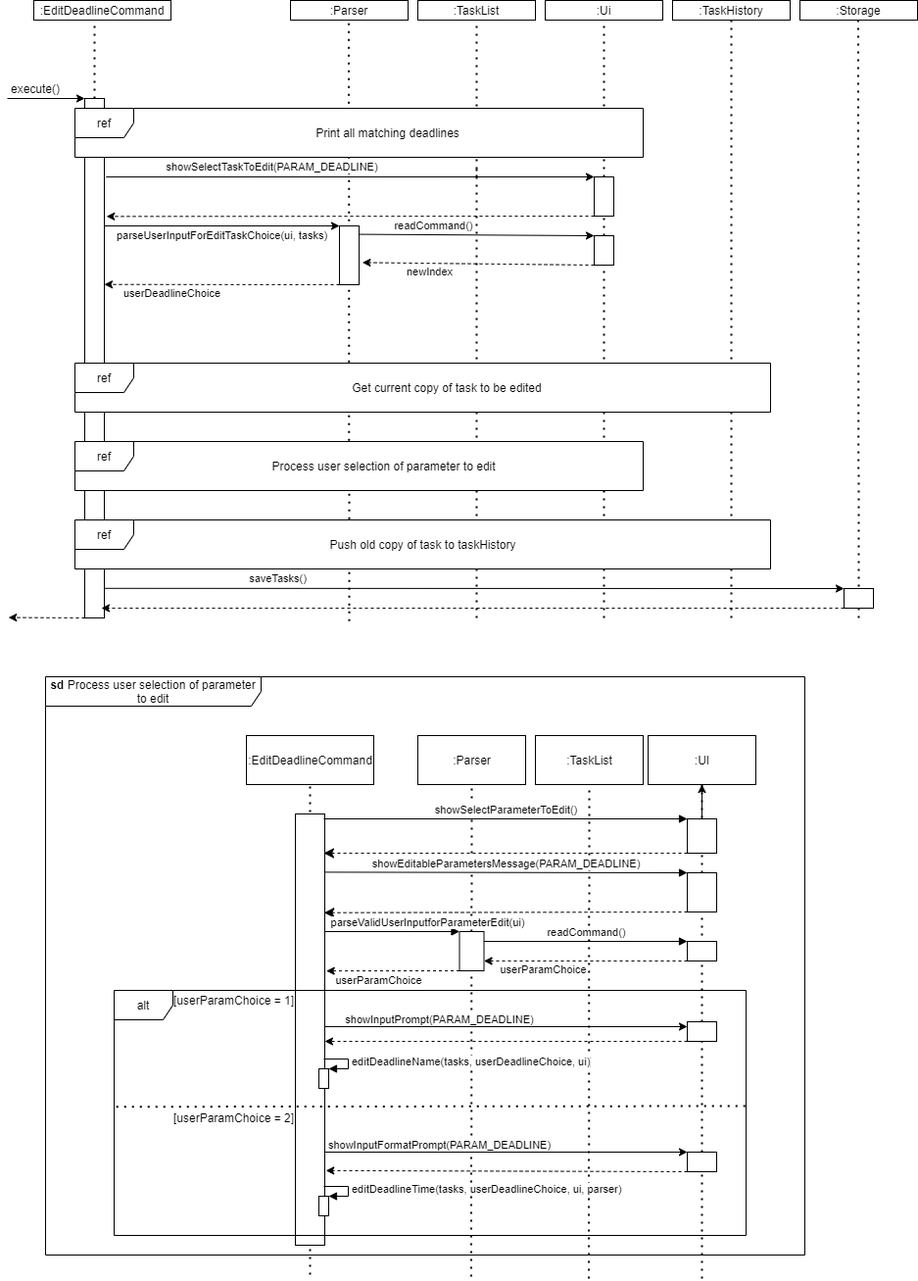
This is docs/images/DeveloperGuide/Figure 4.2-1.png from skyaxe97/tp, a draw.io export, as it was before one commit. Source tidied: cells renumbered, new cells last; positions are measured from the earlier drawing's top-left corner, leaving out a move shared by most shapes.
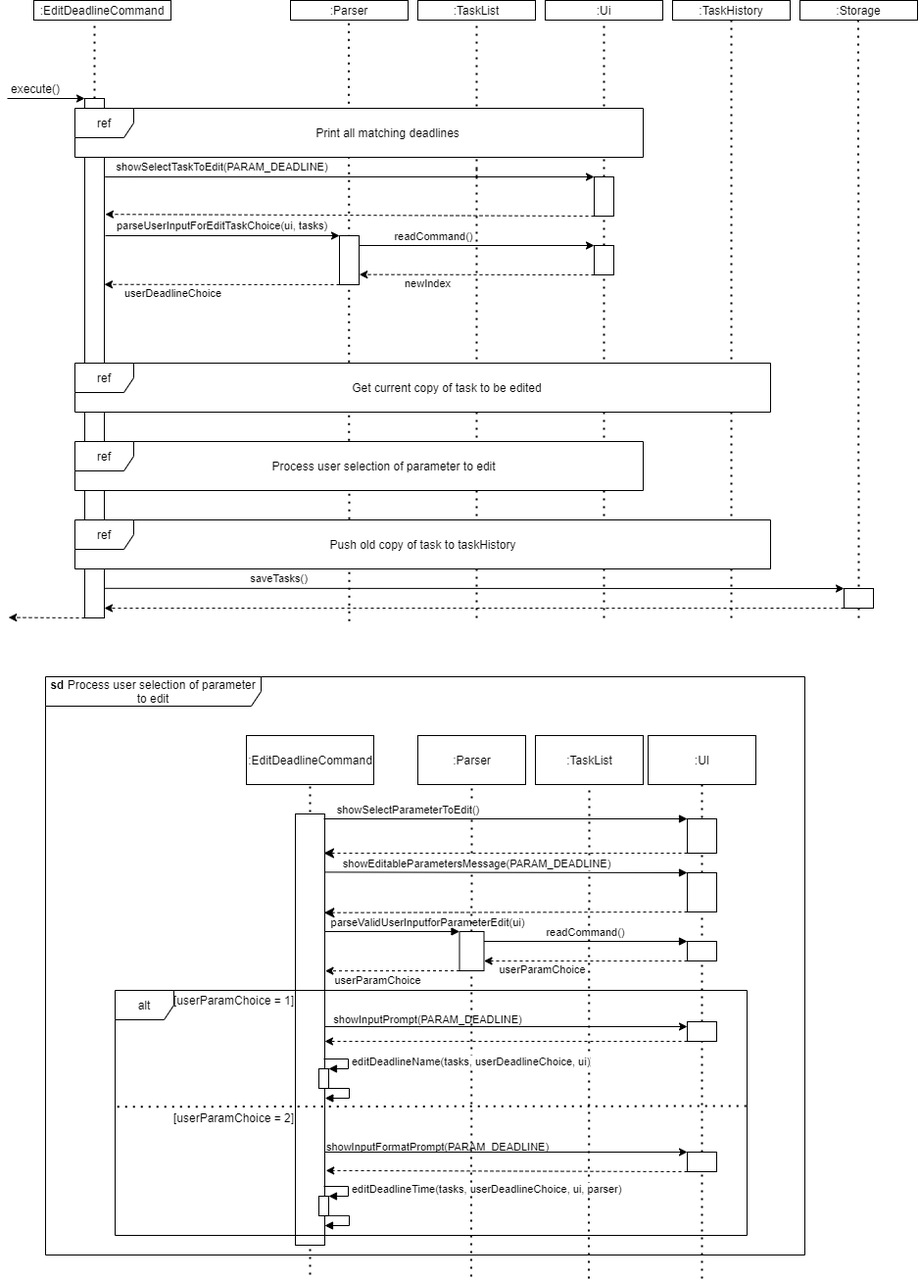
After the change.

Diff of the diagram source:
```diff
@@ -2,6 +2,9 @@
   <root>
     <mxCell id="0" />
     <mxCell id="1" parent="0" />
+    <mxCell id="45" value="&lt;b&gt;sd &lt;/b&gt;Process user selection of parameter to edit" style="shape=umlFrame;whiteSpace=wrap;html=1;comic=0;fillColor=#FFFFFF;width=220;height=30;" parent="1" vertex="1">
+      <mxGeometry x="39" y="690" width="775" height="590" as="geometry" />
+    </mxCell>
     <mxCell id="2" style="endArrow=none;dashed=1;html=1;dashPattern=1 3;strokeWidth=2;entryX=0.5;entryY=1;entryDx=0;entryDy=0;" parent="1" edge="1">
       <mxGeometry relative="1" as="geometry">
         <mxPoint x="473.5" y="1302" as="sourcePoint" />
@@ -99,21 +102,21 @@
       <mxGeometry relative="1" as="geometry" />
     </mxCell>
     <mxCell id="26" style="rounded=0;whiteSpace=wrap;html=1;" parent="1" vertex="1">
-      <mxGeometry x="599" y="240" width="20" height="30" as="geometry" />
+      <mxGeometry x="599" y="250" width="20" height="30" as="geometry" />
     </mxCell>
-    <mxCell id="27" value="showSelectTaskToEdit(PARAM_DEADLINE)" style="endArrow=classic;html=1;entryX=0;entryY=0;entryDx=0;entryDy=0;exitX=1.09;exitY=0.151;exitDx=0;exitDy=0;exitPerimeter=0;" parent="1" edge="1" source="5" target="24">
-      <mxGeometry x="-0.32" y="10" relative="1" as="geometry" />
+    <mxCell id="27" value="showSelectTaskToEdit(PARAM_DEADLINE)" style="endArrow=classic;html=1;entryX=0;entryY=0;entryDx=0;entryDy=0;exitX=1.033;exitY=0.151;exitDx=0;exitDy=0;exitPerimeter=0;" parent="1" edge="1" source="5" target="24">
+      <mxGeometry x="-0.52" y="10" relative="1" as="geometry" />
     </mxCell>
-    <mxCell id="28" style="endArrow=classic;html=1;exitX=0;exitY=1;exitDx=0;exitDy=0;dashed=1;entryX=1.11;entryY=0.227;entryDx=0;entryDy=0;entryPerimeter=0;" parent="1" edge="1" source="24" target="5">
+    <mxCell id="28" style="endArrow=classic;html=1;exitX=0;exitY=1;exitDx=0;exitDy=0;dashed=1;entryX=1.047;entryY=0.223;entryDx=0;entryDy=0;entryPerimeter=0;" parent="1" edge="1" source="24" target="5">
       <mxGeometry y="10" relative="1" as="geometry" />
     </mxCell>
-    <mxCell id="29" value="newIndex" style="endArrow=classic;html=1;dashed=1;entryX=1.17;entryY=0.623;entryDx=0;entryDy=0;entryPerimeter=0;" parent="1" edge="1" target="77">
-      <mxGeometry x="0.42" y="9" relative="1" as="geometry">
-        <mxPoint x="599" y="270" as="sourcePoint" />
-      </mxGeometry>
+    <mxCell id="29" value="newIndex" style="endArrow=classic;html=1;dashed=1;exitX=0;exitY=1;exitDx=0;exitDy=0;entryX=1.014;entryY=0.793;entryDx=0;entryDy=0;entryPerimeter=0;" parent="1" edge="1" source="26" target="77">
+      <mxGeometry x="0.42" y="9" relative="1" as="geometry" />
     </mxCell>
-    <mxCell id="30" value="readCommand()" style="endArrow=classic;html=1;entryX=0;entryY=0;entryDx=0;entryDy=0;exitX=1.01;exitY=0.143;exitDx=0;exitDy=0;exitPerimeter=0;" parent="1" edge="1" source="77" target="26">
-      <mxGeometry x="-0.37" y="9" relative="1" as="geometry" />
+    <mxCell id="30" value="readCommand()" style="endArrow=classic;html=1;entryX=0;entryY=0;entryDx=0;entryDy=0;" parent="1" edge="1" target="26">
+      <mxGeometry x="-0.37" y="9" relative="1" as="geometry">
+        <mxPoint x="359" y="250" as="sourcePoint" />
+      </mxGeometry>
     </mxCell>
     <mxCell id="31" style="endArrow=none;dashed=1;html=1;dashPattern=1 3;strokeWidth=2;entryX=0.5;entryY=1;entryDx=0;entryDy=0;" parent="1" edge="1">
       <mxGeometry relative="1" as="geometry">
@@ -156,7 +159,7 @@
     </mxCell>
     <mxCell id="43" style="endArrow=classic;html=1;dashed=1;exitX=0;exitY=1;exitDx=0;exitDy=0;" parent="1" edge="1" source="41">
       <mxGeometry x="0.42" y="9" relative="1" as="geometry">
-        <mxPoint x="96" y="620" as="targetPoint" />
+        <mxPoint x="99" y="620" as="targetPoint" />
       </mxGeometry>
     </mxCell>
     <mxCell id="44" style="endArrow=classic;html=1;dashed=1;exitX=0;exitY=1;exitDx=0;exitDy=0;entryX=1.11;entryY=0.982;entryDx=0;entryDy=0;entryPerimeter=0;" parent="1" edge="1" source="5">
@@ -164,9 +167,6 @@
         <mxPoint x="1.2" y="629.6" as="targetPoint" />
       </mxGeometry>
     </mxCell>
-    <mxCell id="45" value="&lt;b&gt;sd &lt;/b&gt;Process user selection of parameter to edit" style="shape=umlFrame;whiteSpace=wrap;html=1;comic=0;fillColor=#FFFFFF;width=220;height=30;" parent="1" vertex="1">
-      <mxGeometry x="39" y="690" width="775" height="590" as="geometry" />
-    </mxCell>
     <mxCell id="46" value=":TaskList" style="html=1;" parent="1" vertex="1">
       <mxGeometry x="539" y="750" width="110" height="50" as="geometry" />
     </mxCell>
@@ -184,9 +184,6 @@
     <mxCell id="50" style="rounded=0;whiteSpace=wrap;html=1;comic=0;fillColor=#FFFFFF;" parent="1" vertex="1">
       <mxGeometry x="294" y="830" width="30" height="440" as="geometry" />
     </mxCell>
-    <mxCell id="51" style="edgeStyle=orthogonalEdgeStyle;rounded=0;jettySize=auto;html=1;" parent="1" edge="1" source="52" target="47">
-      <mxGeometry relative="1" as="geometry" />
-    </mxCell>
     <mxCell id="52" style="rounded=0;whiteSpace=wrap;html=1;" parent="1" vertex="1">
       <mxGeometry x="694" y="835" width="30" height="35" as="geometry" />
     </mxCell>
@@ -196,9 +193,6 @@
     <mxCell id="54" style="rounded=0;whiteSpace=wrap;html=1;" parent="1" vertex="1">
       <mxGeometry x="694" y="960" width="30" height="20" as="geometry" />
     </mxCell>
-    <mxCell id="55" value="alt" style="shape=umlFrame;whiteSpace=wrap;html=1;" parent="1" vertex="1">
-      <mxGeometry x="109" y="1010" width="645" height="250" as="geometry" />
-    </mxCell>
     <mxCell id="56" value="[userParamChoice = 1]" style="text;html=1;strokeColor=none;fillColor=none;align=center;verticalAlign=middle;whiteSpace=wrap;rounded=0;comic=0;" parent="1" vertex="1">
       <mxGeometry x="167" y="1010" width="129" height="20" as="geometry" />
     </mxCell>
@@ -208,23 +202,18 @@
     <mxCell id="58" value="[userParamChoice = 2]" style="text;html=1;strokeColor=none;fillColor=none;align=center;verticalAlign=middle;whiteSpace=wrap;rounded=0;comic=0;" parent="1" vertex="1">
       <mxGeometry x="167" y="1130" width="129" height="20" as="geometry" />
     </mxCell>
-    <mxCell id="59" value="showInputPrompt(PARAM_DEADLINE)" style="endArrow=classic;html=1;entryX=0;entryY=0.25;entryDx=0;entryDy=0;exitX=0.189;exitY=0.239;exitDx=0;exitDy=0;exitPerimeter=0;" parent="1" edge="1" target="67">
-      <mxGeometry x="-0.37" y="7" relative="1" as="geometry">
+    <mxCell id="59" value="showInputPrompt(PARAM_DEADLINE)" style="endArrow=classic;html=1;entryX=0;entryY=0.25;entryDx=0;entryDy=0;exitX=0.189;exitY=0.239;exitDx=0;exitDy=0;exitPerimeter=0;labelBackgroundColor=none;" parent="1" edge="1" target="67">
+      <mxGeometry x="-0.43" y="7" relative="1" as="geometry">
         <mxPoint x="324.2" y="1047" as="sourcePoint" />
       </mxGeometry>
     </mxCell>
-    <mxCell id="60" value="showInputFormatPrompt(PARAM_DEADLINE)" style="endArrow=classic;html=1;entryX=0;entryY=0;entryDx=0;entryDy=0;exitX=0.189;exitY=0.239;exitDx=0;exitDy=0;exitPerimeter=0;" parent="1" edge="1" target="69">
-      <mxGeometry x="-0.37" y="7" relative="1" as="geometry">
-        <mxPoint x="324" y="1175" as="sourcePoint" />
-      </mxGeometry>
-    </mxCell>
     <mxCell id="61" style="endArrow=classic;html=1;dashed=1;exitX=0;exitY=1;exitDx=0;exitDy=0;" parent="1" edge="1" source="67">
       <mxGeometry x="0.42" y="9" relative="1" as="geometry">
         <mxPoint x="324" y="1062" as="targetPoint" />
       </mxGeometry>
     </mxCell>
     <mxCell id="62" value="showSelectParameterToEdit()" style="html=1;verticalAlign=bottom;endArrow=block;entryX=0;entryY=0;entryDx=0;entryDy=0;" parent="1" edge="1" target="52">
-      <mxGeometry relative="1" as="geometry">
+      <mxGeometry x="-0.54" relative="1" as="geometry">
         <mxPoint x="323" y="835" as="sourcePoint" />
       </mxGeometry>
     </mxCell>
@@ -240,7 +229,7 @@
       <mxGeometry relative="1" as="geometry" />
     </mxCell>
     <mxCell id="66" value="showEditableParametersMessage(PARAM_DEADLINE)" style="html=1;verticalAlign=bottom;endArrow=block;exitX=0.997;exitY=0.135;exitDx=0;exitDy=0;exitPerimeter=0;entryX=0;entryY=0;entryDx=0;entryDy=0;" parent="1" edge="1" source="50" target="53">
-      <mxGeometry relative="1" as="geometry" />
+      <mxGeometry x="-0.16" relative="1" as="geometry" />
     </mxCell>
     <mxCell id="67" style="rounded=0;whiteSpace=wrap;html=1;" parent="1" vertex="1">
       <mxGeometry x="694" y="1042" width="30" height="20" as="geometry" />
@@ -289,11 +278,11 @@
       <mxGeometry x="289" width="120" height="20" as="geometry" />
     </mxCell>
     <mxCell id="77" style="rounded=0;whiteSpace=wrap;html=1;" parent="1" vertex="1">
-      <mxGeometry x="339" y="230" width="20" height="60" as="geometry" />
+      <mxGeometry x="339" y="240" width="20" height="50" as="geometry" />
     </mxCell>
     <mxCell id="78" value="parseUserInputForEditTaskChoice(ui, tasks)" style="endArrow=classic;html=1;entryX=0;entryY=0;entryDx=0;entryDy=0;" parent="1" edge="1" target="77">
-      <mxGeometry y="-10" relative="1" as="geometry">
-        <mxPoint x="99" y="230" as="sourcePoint" />
+      <mxGeometry y="10" relative="1" as="geometry">
+        <mxPoint x="100" y="240" as="sourcePoint" />
       </mxGeometry>
     </mxCell>
     <mxCell id="79" value="userDeadlineChoice" style="endArrow=classic;html=1;dashed=1;exitX=0;exitY=1;exitDx=0;exitDy=0;entryX=1;entryY=0.358;entryDx=0;entryDy=0;entryPerimeter=0;" parent="1" edge="1" source="77" target="5">
@@ -308,13 +297,41 @@
     <mxCell id="82" value="userParamChoice" style="endArrow=classic;html=1;dashed=1;exitX=0;exitY=1;exitDx=0;exitDy=0;entryX=1;entryY=0.75;entryDx=0;entryDy=0;" parent="1" edge="1" source="54" target="81">
       <mxGeometry x="0.42" y="9" relative="1" as="geometry" />
     </mxCell>
-    <mxCell id="83" value="parseValidUserInputforParameterEdit(ui)" style="html=1;verticalAlign=bottom;endArrow=block;entryX=0;entryY=0;entryDx=0;entryDy=0;exitX=1;exitY=0.25;exitDx=0;exitDy=0;" parent="1" edge="1" target="81">
+    <mxCell id="83" value="parseValidUserInputforParameterEdit(ui)" style="html=1;verticalAlign=bottom;endArrow=block;entryX=0;entryY=0;entryDx=0;entryDy=0;exitX=1;exitY=0.25;exitDx=0;exitDy=0;labelBackgroundColor=none;" parent="1" edge="1" target="81">
       <mxGeometry x="0.53" relative="1" as="geometry">
         <mxPoint x="324" y="950" as="sourcePoint" />
       </mxGeometry>
     </mxCell>
-    <mxCell id="84" value="userParamChoice" style="endArrow=classic;html=1;dashed=1;exitX=0;exitY=1;exitDx=0;exitDy=0;entryX=1.056;entryY=0.364;entryDx=0;entryDy=0;entryPerimeter=0;" parent="1" edge="1" source="81" target="50">
+    <mxCell id="84" value="userParamChoice" style="endArrow=classic;html=1;dashed=1;exitX=0;exitY=1;exitDx=0;exitDy=0;entryX=1.016;entryY=0.364;entryDx=0;entryDy=0;entryPerimeter=0;" parent="1" edge="1" source="81" target="50">
       <mxGeometry x="0.21" y="10" relative="1" as="geometry" />
     </mxCell>
+    <mxCell id="85" style="edgeStyle=orthogonalEdgeStyle;html=1;align=left;spacingLeft=2;endArrow=block;rounded=0;entryX=0.34;entryY=0.44;entryDx=0;entryDy=0;entryPerimeter=0;" parent="1" edge="1">
+      <mxGeometry relative="1" as="geometry">
+        <mxPoint x="324" y="1110" as="sourcePoint" />
+        <mxPoint x="324.3" y="1120" as="targetPoint" />
+        <Array as="points">
+          <mxPoint x="349" y="1110" />
+          <mxPoint x="349" y="1120" />
+        </Array>
+      </mxGeometry>
+    </mxCell>
+    <mxCell id="86" style="edgeStyle=orthogonalEdgeStyle;html=1;align=left;spacingLeft=2;endArrow=block;rounded=0;exitX=0.727;exitY=0.993;exitDx=0;exitDy=0;exitPerimeter=0;" parent="1" edge="1" source="73">
+      <mxGeometry relative="1" as="geometry">
+        <mxPoint x="324" y="1250" as="targetPoint" />
+        <Array as="points">
+          <mxPoint x="349" y="1240" />
+          <mxPoint x="349" y="1250" />
+        </Array>
+      </mxGeometry>
+    </mxCell>
+    <mxCell id="60" value="showInputFormatPrompt(PARAM_DEADLINE)" style="endArrow=classic;html=1;entryX=0;entryY=0;entryDx=0;entryDy=0;exitX=0.189;exitY=0.239;exitDx=0;exitDy=0;exitPerimeter=0;labelBackgroundColor=none;" parent="1" edge="1">
+      <mxGeometry x="-0.38" y="5" relative="1" as="geometry">
+        <mxPoint x="324" y="1175" as="sourcePoint" />
+        <mxPoint x="694" y="1175" as="targetPoint" />
+      </mxGeometry>
+    </mxCell>
+    <mxCell id="55" value="alt" style="shape=umlFrame;whiteSpace=wrap;html=1;" parent="1" vertex="1">
+      <mxGeometry x="110" y="1010" width="645" height="250" as="geometry" />
+    </mxCell>
   </root>
 </mxGraphModel>
```
